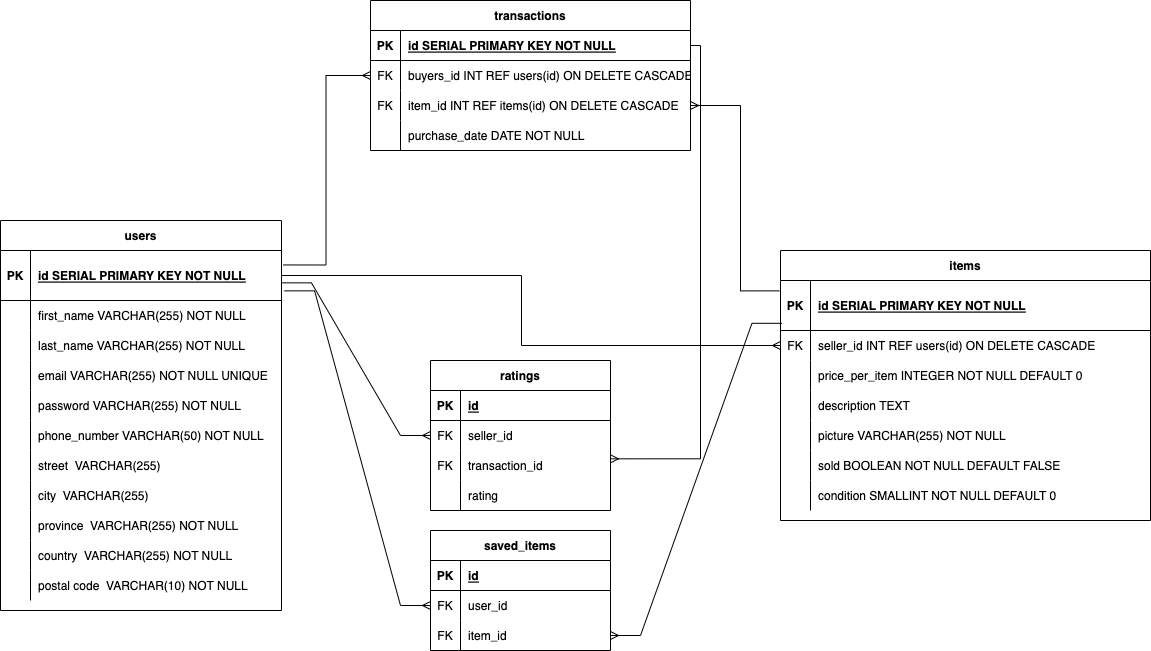
seanrhee/storefront-midterm keeps this draw.io diagram as docs/erd/ERD.png. Above is the earlier version. Source tidied: cells renumbered, new cells last; positions are measured from the earlier drawing's top-left corner, leaving out a move shared by most shapes.
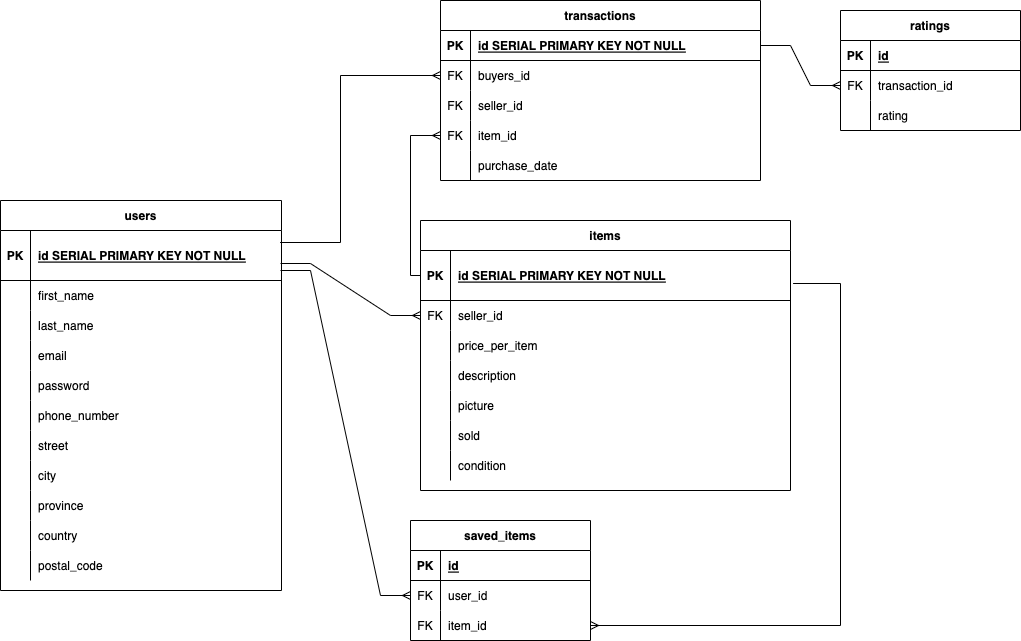
The same file after the commit.

What changed in the source:
```diff
@@ -22,3 +22,3 @@
     </mxCell>
-    <mxCell id="8" value="first_name VARCHAR(255) NOT NULL" style="shape=partialRectangle;overflow=hidden;fillColor=none;top=0;left=0;bottom=0;right=0;align=left;spacingLeft=6;" parent="6" vertex="1">
+    <mxCell id="8" value="first_name" style="shape=partialRectangle;overflow=hidden;fillColor=none;top=0;left=0;bottom=0;right=0;align=left;spacingLeft=6;" parent="6" vertex="1">
       <mxGeometry x="30" width="251" height="30" as="geometry" />
@@ -31,3 +31,3 @@
     </mxCell>
-    <mxCell id="11" value="last_name VARCHAR(255) NOT NULL" style="shape=partialRectangle;fillColor=none;top=0;left=0;bottom=0;right=0;align=left;spacingLeft=6;overflow=hidden;" parent="9" vertex="1">
+    <mxCell id="11" value="last_name" style="shape=partialRectangle;fillColor=none;top=0;left=0;bottom=0;right=0;align=left;spacingLeft=6;overflow=hidden;" parent="9" vertex="1">
       <mxGeometry x="30" width="251" height="30" as="geometry" />
@@ -40,3 +40,3 @@
     </mxCell>
-    <mxCell id="14" value="  email VARCHAR(255) NOT NULL UNIQUE" style="shape=partialRectangle;fillColor=none;top=0;left=0;bottom=0;right=0;align=left;spacingLeft=6;overflow=hidden;" parent="12" vertex="1">
+    <mxCell id="14" value="  email" style="shape=partialRectangle;fillColor=none;top=0;left=0;bottom=0;right=0;align=left;spacingLeft=6;overflow=hidden;" parent="12" vertex="1">
       <mxGeometry x="30" width="251" height="30" as="geometry" />
@@ -49,3 +49,3 @@
     </mxCell>
-    <mxCell id="17" value="password VARCHAR(255) NOT NULL" style="shape=partialRectangle;fillColor=none;top=0;left=0;bottom=0;right=0;align=left;spacingLeft=6;overflow=hidden;" parent="15" vertex="1">
+    <mxCell id="17" value="password" style="shape=partialRectangle;fillColor=none;top=0;left=0;bottom=0;right=0;align=left;spacingLeft=6;overflow=hidden;" parent="15" vertex="1">
       <mxGeometry x="30" width="251" height="30" as="geometry" />
@@ -58,3 +58,3 @@
     </mxCell>
-    <mxCell id="20" value="phone_number VARCHAR(50) NOT NULL " style="shape=partialRectangle;fillColor=none;top=0;left=0;bottom=0;right=0;align=left;spacingLeft=6;overflow=hidden;" parent="18" vertex="1">
+    <mxCell id="20" value="phone_number" style="shape=partialRectangle;fillColor=none;top=0;left=0;bottom=0;right=0;align=left;spacingLeft=6;overflow=hidden;" parent="18" vertex="1">
       <mxGeometry x="30" width="251" height="30" as="geometry" />
@@ -67,3 +67,3 @@
     </mxCell>
-    <mxCell id="23" value="street  VARCHAR(255) " style="shape=partialRectangle;fillColor=none;top=0;left=0;bottom=0;right=0;align=left;spacingLeft=6;overflow=hidden;" parent="21" vertex="1">
+    <mxCell id="23" value="street" style="shape=partialRectangle;fillColor=none;top=0;left=0;bottom=0;right=0;align=left;spacingLeft=6;overflow=hidden;" parent="21" vertex="1">
       <mxGeometry x="30" width="251" height="30" as="geometry" />
@@ -76,3 +76,3 @@
     </mxCell>
-    <mxCell id="26" value="city  VARCHAR(255)" style="shape=partialRectangle;fillColor=none;top=0;left=0;bottom=0;right=0;align=left;spacingLeft=6;overflow=hidden;" parent="24" vertex="1">
+    <mxCell id="26" value="city" style="shape=partialRectangle;fillColor=none;top=0;left=0;bottom=0;right=0;align=left;spacingLeft=6;overflow=hidden;" parent="24" vertex="1">
       <mxGeometry x="30" width="251" height="30" as="geometry" />
@@ -85,3 +85,3 @@
     </mxCell>
-    <mxCell id="29" value="province  VARCHAR(255) NOT NULL" style="shape=partialRectangle;fillColor=none;top=0;left=0;bottom=0;right=0;align=left;spacingLeft=6;overflow=hidden;" parent="27" vertex="1">
+    <mxCell id="29" value="province" style="shape=partialRectangle;fillColor=none;top=0;left=0;bottom=0;right=0;align=left;spacingLeft=6;overflow=hidden;" parent="27" vertex="1">
       <mxGeometry x="30" width="251" height="30" as="geometry" />
@@ -94,3 +94,3 @@
     </mxCell>
-    <mxCell id="32" value="country  VARCHAR(255) NOT NULL" style="shape=partialRectangle;fillColor=none;top=0;left=0;bottom=0;right=0;align=left;spacingLeft=6;overflow=hidden;" parent="30" vertex="1">
+    <mxCell id="32" value="country" style="shape=partialRectangle;fillColor=none;top=0;left=0;bottom=0;right=0;align=left;spacingLeft=6;overflow=hidden;" parent="30" vertex="1">
       <mxGeometry x="30" width="251" height="30" as="geometry" />
@@ -103,3 +103,3 @@
     </mxCell>
-    <mxCell id="35" value="postal code  VARCHAR(10) NOT NULL" style="shape=partialRectangle;fillColor=none;top=0;left=0;bottom=0;right=0;align=left;spacingLeft=6;overflow=hidden;" parent="33" vertex="1">
+    <mxCell id="35" value="postal_code" style="shape=partialRectangle;fillColor=none;top=0;left=0;bottom=0;right=0;align=left;spacingLeft=6;overflow=hidden;" parent="33" vertex="1">
       <mxGeometry x="30" width="251" height="30" as="geometry" />
@@ -107,3 +107,3 @@
     <mxCell id="36" value="items" style="shape=table;startSize=30;rowLines=0;fontStyle=1;align=center;" parent="1" vertex="1">
-      <mxGeometry x="780" y="250" width="370" height="270" as="geometry" />
+      <mxGeometry x="420" y="240" width="370" height="270" as="geometry" />
     </mxCell>
@@ -124,3 +124,3 @@
     </mxCell>
-    <mxCell id="42" value="seller_id INT REF users(id) ON DELETE CASCADE" style="shape=partialRectangle;fillColor=none;top=0;left=0;bottom=0;right=0;align=left;spacingLeft=6;fontStyle=0;overflow=hidden;" parent="40" vertex="1">
+    <mxCell id="42" value="seller_id" style="shape=partialRectangle;fillColor=none;top=0;left=0;bottom=0;right=0;align=left;spacingLeft=6;fontStyle=0;overflow=hidden;" parent="40" vertex="1">
       <mxGeometry x="30" width="340" height="30" as="geometry" />
@@ -133,3 +133,3 @@
     </mxCell>
-    <mxCell id="45" value="price_per_item INTEGER  NOT NULL DEFAULT 0" style="shape=partialRectangle;fillColor=none;top=0;left=0;bottom=0;right=0;align=left;spacingLeft=6;overflow=hidden;" parent="43" vertex="1">
+    <mxCell id="45" value="price_per_item" style="shape=partialRectangle;fillColor=none;top=0;left=0;bottom=0;right=0;align=left;spacingLeft=6;overflow=hidden;" parent="43" vertex="1">
       <mxGeometry x="30" width="340" height="30" as="geometry" />
@@ -142,3 +142,3 @@
     </mxCell>
-    <mxCell id="48" value="description TEXT" style="shape=partialRectangle;fillColor=none;top=0;left=0;bottom=0;right=0;align=left;spacingLeft=6;overflow=hidden;" parent="46" vertex="1">
+    <mxCell id="48" value="description" style="shape=partialRectangle;fillColor=none;top=0;left=0;bottom=0;right=0;align=left;spacingLeft=6;overflow=hidden;" parent="46" vertex="1">
       <mxGeometry x="30" width="340" height="30" as="geometry" />
@@ -151,3 +151,3 @@
     </mxCell>
-    <mxCell id="51" value="picture VARCHAR(255) NOT NULL" style="shape=partialRectangle;fillColor=none;top=0;left=0;bottom=0;right=0;align=left;spacingLeft=6;overflow=hidden;" parent="49" vertex="1">
+    <mxCell id="51" value="picture" style="shape=partialRectangle;fillColor=none;top=0;left=0;bottom=0;right=0;align=left;spacingLeft=6;overflow=hidden;" parent="49" vertex="1">
       <mxGeometry x="30" width="340" height="30" as="geometry" />
@@ -160,3 +160,3 @@
     </mxCell>
-    <mxCell id="54" value="sold BOOLEAN NOT NULL DEFAULT FALSE" style="shape=partialRectangle;fillColor=none;top=0;left=0;bottom=0;right=0;align=left;spacingLeft=6;overflow=hidden;" parent="52" vertex="1">
+    <mxCell id="54" value="sold" style="shape=partialRectangle;fillColor=none;top=0;left=0;bottom=0;right=0;align=left;spacingLeft=6;overflow=hidden;" parent="52" vertex="1">
       <mxGeometry x="30" width="340" height="30" as="geometry" />
@@ -169,3 +169,3 @@
     </mxCell>
-    <mxCell id="57" value="condition SMALLINT NOT NULL DEFAULT 0" style="shape=partialRectangle;fillColor=none;top=0;left=0;bottom=0;right=0;align=left;spacingLeft=6;overflow=hidden;" parent="55" vertex="1">
+    <mxCell id="57" value="condition" style="shape=partialRectangle;fillColor=none;top=0;left=0;bottom=0;right=0;align=left;spacingLeft=6;overflow=hidden;" parent="55" vertex="1">
       <mxGeometry x="30" width="340" height="30" as="geometry" />
@@ -173,3 +173,3 @@
     <mxCell id="58" value="transactions" style="shape=table;startSize=30;rowLines=0;fontStyle=1;align=center;strokeColor=#000000;fillColor=#FFFFFF;" parent="1" vertex="1">
-      <mxGeometry x="370" width="320" height="150" as="geometry" />
+      <mxGeometry x="440" y="20" width="320" height="180" as="geometry" />
     </mxCell>
@@ -190,7 +190,16 @@
     </mxCell>
-    <mxCell id="64" value="buyers_id INT REF users(id) ON DELETE CASCADE" style="shape=partialRectangle;fillColor=none;top=0;left=0;bottom=0;right=0;align=left;spacingLeft=6;overflow=hidden;strokeColor=#000000;" parent="62" vertex="1">
+    <mxCell id="64" value="buyers_id" style="shape=partialRectangle;fillColor=none;top=0;left=0;bottom=0;right=0;align=left;spacingLeft=6;overflow=hidden;strokeColor=#000000;" parent="62" vertex="1">
       <mxGeometry x="30" width="290" height="30" as="geometry" />
     </mxCell>
+    <mxCell id="89" style="shape=tableRow;horizontal=0;startSize=0;swimlaneHead=0;swimlaneBody=0;fillColor=none;points=[[0,0.5],[1,0.5]];portConstraint=eastwest;top=0;left=0;right=0;bottom=0;" parent="58" vertex="1">
+      <mxGeometry y="90" width="320" height="30" as="geometry" />
+    </mxCell>
+    <mxCell id="90" value="FK" style="shape=partialRectangle;fillColor=none;top=0;left=0;bottom=0;right=0;overflow=hidden;" parent="89" vertex="1">
+      <mxGeometry width="30" height="30" as="geometry" />
+    </mxCell>
+    <mxCell id="91" value="seller_id" style="shape=partialRectangle;fillColor=none;top=0;left=0;bottom=0;right=0;align=left;spacingLeft=6;overflow=hidden;" parent="89" vertex="1">
+      <mxGeometry x="30" width="290" height="30" as="geometry" />
+    </mxCell>
     <mxCell id="65" style="shape=tableRow;horizontal=0;startSize=0;swimlaneHead=0;swimlaneBody=0;fillColor=none;points=[[0,0.5],[1,0.5]];portConstraint=eastwest;top=0;left=0;right=0;bottom=0;strokeColor=#000000;" parent="58" vertex="1">
-      <mxGeometry y="90" width="320" height="30" as="geometry" />
+      <mxGeometry y="120" width="320" height="30" as="geometry" />
     </mxCell>
@@ -199,3 +208,3 @@
     </mxCell>
-    <mxCell id="67" value="item_id INT REF items(id) ON DELETE CASCADE" style="shape=partialRectangle;fillColor=none;top=0;left=0;bottom=0;right=0;align=left;spacingLeft=6;fontStyle=0;overflow=hidden;strokeColor=#000000;" parent="65" vertex="1">
+    <mxCell id="67" value="item_id" style="shape=partialRectangle;fillColor=none;top=0;left=0;bottom=0;right=0;align=left;spacingLeft=6;fontStyle=0;overflow=hidden;strokeColor=#000000;" parent="65" vertex="1">
       <mxGeometry x="30" width="290" height="30" as="geometry" />
@@ -203,3 +212,3 @@
     <mxCell id="68" style="shape=tableRow;horizontal=0;startSize=0;swimlaneHead=0;swimlaneBody=0;fillColor=none;top=0;left=0;right=0;bottom=0;strokeColor=#000000;" parent="58" vertex="1">
-      <mxGeometry y="120" width="320" height="30" as="geometry" />
+      <mxGeometry y="150" width="320" height="30" as="geometry" />
     </mxCell>
@@ -208,18 +217,15 @@
     </mxCell>
-    <mxCell id="70" value="purchase_date DATE NOT NULL" style="shape=partialRectangle;fillColor=none;top=0;left=0;bottom=0;right=0;align=left;spacingLeft=6;overflow=hidden;strokeColor=#000000;" parent="68" vertex="1">
+    <mxCell id="70" value="purchase_date" style="shape=partialRectangle;fillColor=none;top=0;left=0;bottom=0;right=0;align=left;spacingLeft=6;overflow=hidden;strokeColor=#000000;" parent="68" vertex="1">
       <mxGeometry x="30" width="290" height="30" as="geometry" />
     </mxCell>
-    <mxCell id="71" style="edgeStyle=orthogonalEdgeStyle;fontSize=12;html=1;endArrow=ERmany;rounded=0;shadow=0;strokeColor=#000000;fillColor=#FF0080;entryX=1;entryY=0.5;entryDx=0;entryDy=0;exitX=-0.003;exitY=0.207;exitDx=0;exitDy=0;exitPerimeter=0;" parent="1" edge="1" source="37" target="65">
-      <mxGeometry relative="1" as="geometry">
-        <Array as="points">
-          <mxPoint x="740" y="290" />
-          <mxPoint x="740" y="105" />
-        </Array>
-      </mxGeometry>
-    </mxCell>
-    <mxCell id="72" style="edgeStyle=orthogonalEdgeStyle;fontSize=12;html=1;endArrow=ERmany;rounded=0;shadow=0;strokeColor=#000000;fillColor=#FF0080;exitX=1.006;exitY=0.289;exitDx=0;exitDy=0;entryX=0;entryY=0.5;entryDx=0;entryDy=0;exitPerimeter=0;" parent="1" edge="1" source="3" target="62">
-      <mxGeometry relative="1" as="geometry" />
+    <mxCell id="72" style="edgeStyle=orthogonalEdgeStyle;fontSize=12;html=1;endArrow=ERmany;rounded=0;shadow=0;strokeColor=#000000;fillColor=#FF0080;exitX=0.995;exitY=0.24;exitDx=0;exitDy=0;entryX=0;entryY=0.5;entryDx=0;entryDy=0;exitPerimeter=0;" parent="1" edge="1" source="3" target="62">
+      <mxGeometry relative="1" as="geometry">
+        <Array as="points">
+          <mxPoint x="340" y="262" />
+          <mxPoint x="340" y="95" />
+        </Array>
+      </mxGeometry>
     </mxCell>
     <mxCell id="73" value="saved_items" style="shape=table;startSize=30;rowLines=0;fontStyle=1;align=center;" parent="1" vertex="1">
-      <mxGeometry x="430" y="530" width="180" height="120" as="geometry" />
+      <mxGeometry x="410" y="540" width="180" height="120" as="geometry" />
     </mxCell>
@@ -252,10 +258,9 @@
     </mxCell>
-    <mxCell id="83" style="edgeStyle=entityRelationEdgeStyle;fontSize=12;html=1;endArrow=ERmany;rounded=0;entryX=0;entryY=0.5;entryDx=0;entryDy=0;exitX=1.011;exitY=0.807;exitDx=0;exitDy=0;exitPerimeter=0;" parent="1" edge="1" source="3" target="77">
-      <mxGeometry relative="1" as="geometry" />
+    <mxCell id="83" style="edgeStyle=entityRelationEdgeStyle;fontSize=12;html=1;endArrow=ERmany;rounded=0;entryX=0;entryY=0.5;entryDx=0;entryDy=0;" parent="1" edge="1" target="77">
+      <mxGeometry relative="1" as="geometry">
+        <mxPoint x="280" y="290" as="sourcePoint" />
+      </mxGeometry>
     </mxCell>
-    <mxCell id="84" style="edgeStyle=entityRelationEdgeStyle;fontSize=12;html=1;endArrow=ERmany;rounded=0;exitX=0.004;exitY=0.856;exitDx=0;exitDy=0;entryX=1;entryY=0.5;entryDx=0;entryDy=0;exitPerimeter=0;" parent="1" edge="1" source="37" target="80">
-      <mxGeometry relative="1" as="geometry" />
-    </mxCell>
     <mxCell id="85" value="ratings" style="shape=table;startSize=30;rowLines=0;fontStyle=1;align=center;" parent="1" vertex="1">
-      <mxGeometry x="430" y="360" width="180" height="150" as="geometry" />
+      <mxGeometry x="840" y="30" width="180" height="120" as="geometry" />
     </mxCell>
@@ -270,13 +275,4 @@
     </mxCell>
-    <mxCell id="89" style="shape=tableRow;horizontal=0;startSize=0;swimlaneHead=0;swimlaneBody=0;fillColor=none;points=[[0,0.5],[1,0.5]];portConstraint=eastwest;top=0;left=0;right=0;bottom=0;" parent="85" vertex="1">
-      <mxGeometry y="60" width="180" height="30" as="geometry" />
-    </mxCell>
-    <mxCell id="90" value="FK" style="shape=partialRectangle;fillColor=none;top=0;left=0;bottom=0;right=0;overflow=hidden;" parent="89" vertex="1">
-      <mxGeometry width="30" height="30" as="geometry" />
-    </mxCell>
-    <mxCell id="91" value="seller_id" style="shape=partialRectangle;fillColor=none;top=0;left=0;bottom=0;right=0;align=left;spacingLeft=6;overflow=hidden;" parent="89" vertex="1">
-      <mxGeometry x="30" width="150" height="30" as="geometry" />
-    </mxCell>
     <mxCell id="92" style="shape=tableRow;horizontal=0;startSize=0;swimlaneHead=0;swimlaneBody=0;fillColor=none;points=[[0,0.5],[1,0.5]];portConstraint=eastwest;top=0;left=0;right=0;bottom=0;" parent="85" vertex="1">
-      <mxGeometry y="90" width="180" height="30" as="geometry" />
+      <mxGeometry y="60" width="180" height="30" as="geometry" />
     </mxCell>
@@ -289,3 +285,3 @@
     <mxCell id="95" style="shape=tableRow;horizontal=0;startSize=0;swimlaneHead=0;swimlaneBody=0;fillColor=none;top=0;left=0;right=0;bottom=0;" parent="85" vertex="1">
-      <mxGeometry y="120" width="180" height="30" as="geometry" />
+      <mxGeometry y="90" width="180" height="30" as="geometry" />
     </mxCell>
@@ -297,16 +293,21 @@
     </mxCell>
-    <mxCell id="98" style="edgeStyle=orthogonalEdgeStyle;fontSize=12;html=1;endArrow=ERmany;rounded=0;exitX=1;exitY=0.5;exitDx=0;exitDy=0;entryX=0;entryY=0.5;entryDx=0;entryDy=0;" parent="1" edge="1" source="3" target="40">
-      <mxGeometry relative="1" as="geometry">
-        <Array as="points">
-          <mxPoint x="521" y="275" />
-          <mxPoint x="521" y="345" />
-        </Array>
-      </mxGeometry>
-    </mxCell>
-    <mxCell id="99" style="edgeStyle=entityRelationEdgeStyle;fontSize=12;html=1;endArrow=ERmany;rounded=0;exitX=1;exitY=0.647;exitDx=0;exitDy=0;exitPerimeter=0;entryX=0;entryY=0.5;entryDx=0;entryDy=0;" parent="1" edge="1" source="3" target="89">
-      <mxGeometry relative="1" as="geometry" />
-    </mxCell>
+    <mxCell id="101" style="edgeStyle=entityRelationEdgeStyle;fontSize=12;html=1;endArrow=ERmany;rounded=0;entryX=0;entryY=0.5;entryDx=0;entryDy=0;" parent="1" edge="1" target="40">
+      <mxGeometry relative="1" as="geometry">
+        <mxPoint x="280" y="283" as="sourcePoint" />
+      </mxGeometry>
+    </mxCell>
-    <mxCell id="100" style="edgeStyle=orthogonalEdgeStyle;fontSize=12;html=1;endArrow=ERmany;rounded=0;exitX=1;exitY=0.5;exitDx=0;exitDy=0;entryX=1;entryY=0.278;entryDx=0;entryDy=0;entryPerimeter=0;" parent="1" edge="1" source="59" target="92">
+    <mxCell id="100" style="edgeStyle=entityRelationEdgeStyle;fontSize=12;html=1;endArrow=ERmany;rounded=0;exitX=1;exitY=0.5;exitDx=0;exitDy=0;entryX=0;entryY=0.5;entryDx=0;entryDy=0;" parent="1" edge="1" source="59" target="92">
       <mxGeometry relative="1" as="geometry" />
     </mxCell>
+    <mxCell id="84" style="edgeStyle=orthogonalEdgeStyle;fontSize=12;html=1;endArrow=ERmany;rounded=0;exitX=1.007;exitY=0.66;exitDx=0;exitDy=0;exitPerimeter=0;entryX=1;entryY=0.5;entryDx=0;entryDy=0;" parent="1" edge="1" source="37" target="80">
+      <mxGeometry relative="1" as="geometry">
+        <Array as="points">
+          <mxPoint x="840" y="303" />
+          <mxPoint x="840" y="645" />
+        </Array>
+      </mxGeometry>
+    </mxCell>
+    <mxCell id="71" style="edgeStyle=orthogonalEdgeStyle;fontSize=12;html=1;endArrow=ERmany;rounded=0;exitX=0;exitY=0.5;exitDx=0;exitDy=0;entryX=0;entryY=0.5;entryDx=0;entryDy=0;" parent="1" edge="1" source="37" target="65">
+      <mxGeometry relative="1" as="geometry" />
+    </mxCell>
   </root>
```
